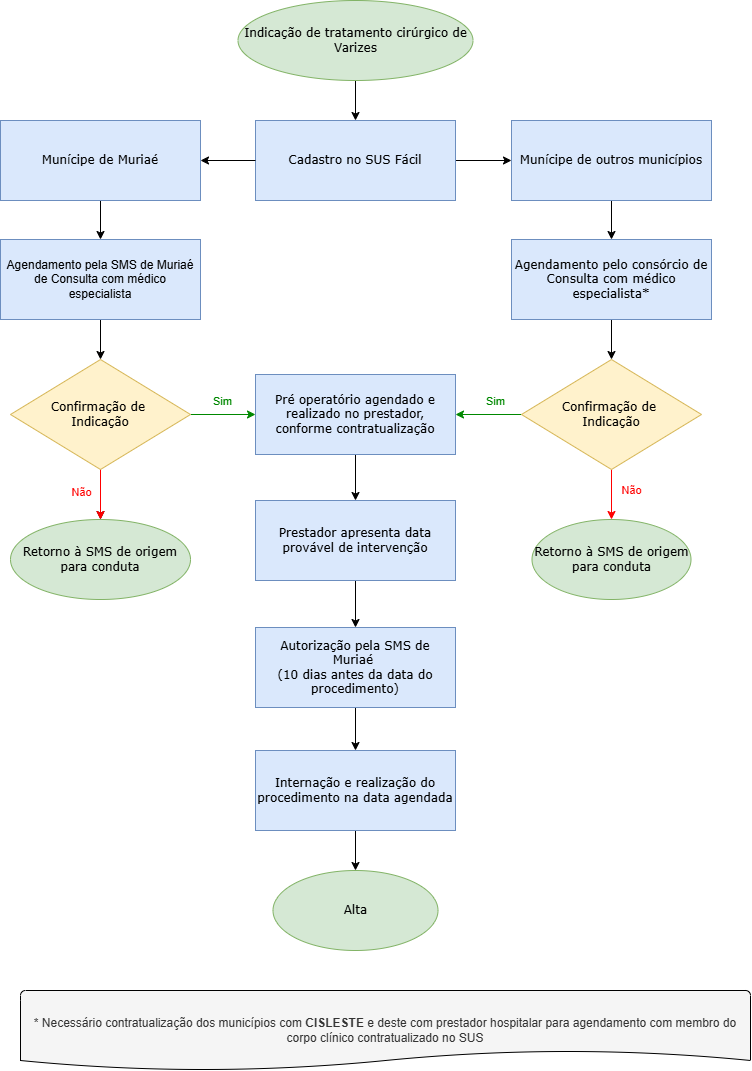
This is public/img/fluxos-assistenciais/cirurgia-vascular/varizes/fluxo.png from inovacao-saude-muriae/site-saude, a draw.io export, as it was before one commit. Source tidied: cells renumbered, new cells last; positions are measured from the earlier drawing's top-left corner, leaving out a move shared by most shapes.
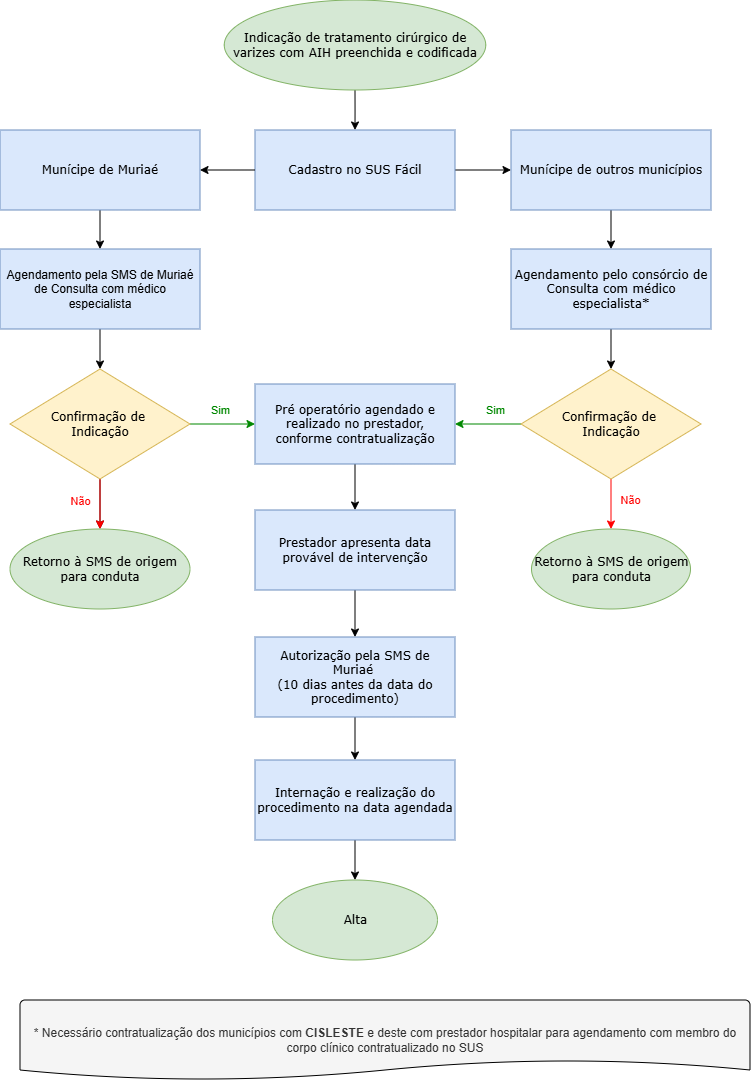
Above is the later version.

Diff of the diagram source:
```diff
@@ -5,8 +5,8 @@
     <mxCell id="2" style="edgeStyle=orthogonalEdgeStyle;rounded=0;jettySize=auto;html=1;" parent="1" edge="1" source="3" target="5">
       <mxGeometry relative="1" as="geometry" />
     </mxCell>
-    <mxCell id="3" value="&lt;span style=&quot;font-family: Verdana;&quot;&gt;&lt;font&gt;Indicação de tratamento cirúrgico de Varizes&lt;/font&gt;&lt;/span&gt;" style="ellipse;whiteSpace=wrap;html=1;fillColor=#d5e8d4;strokeColor=#82b366;" parent="1" vertex="1">
-      <mxGeometry x="237.5" width="235" height="80" as="geometry" />
+    <mxCell id="3" value="&lt;font face=&quot;Verdana&quot;&gt;Indicação de tratamento cirúrgico de varizes com AIH preenchida e codificada&lt;/font&gt;" style="ellipse;whiteSpace=wrap;html=1;fillColor=#d5e8d4;strokeColor=#82b366;" parent="1" vertex="1">
+      <mxGeometry x="224.2" y="-10" width="261.5" height="90" as="geometry" />
     </mxCell>
     <mxCell id="4" style="edgeStyle=orthogonalEdgeStyle;rounded=0;jettySize=auto;html=1;exitX=1;exitY=0.5;exitDx=0;exitDy=0;entryX=0;entryY=0.5;entryDx=0;entryDy=0;" parent="1" edge="1" source="5" target="12">
       <mxGeometry relative="1" as="geometry" />
```
